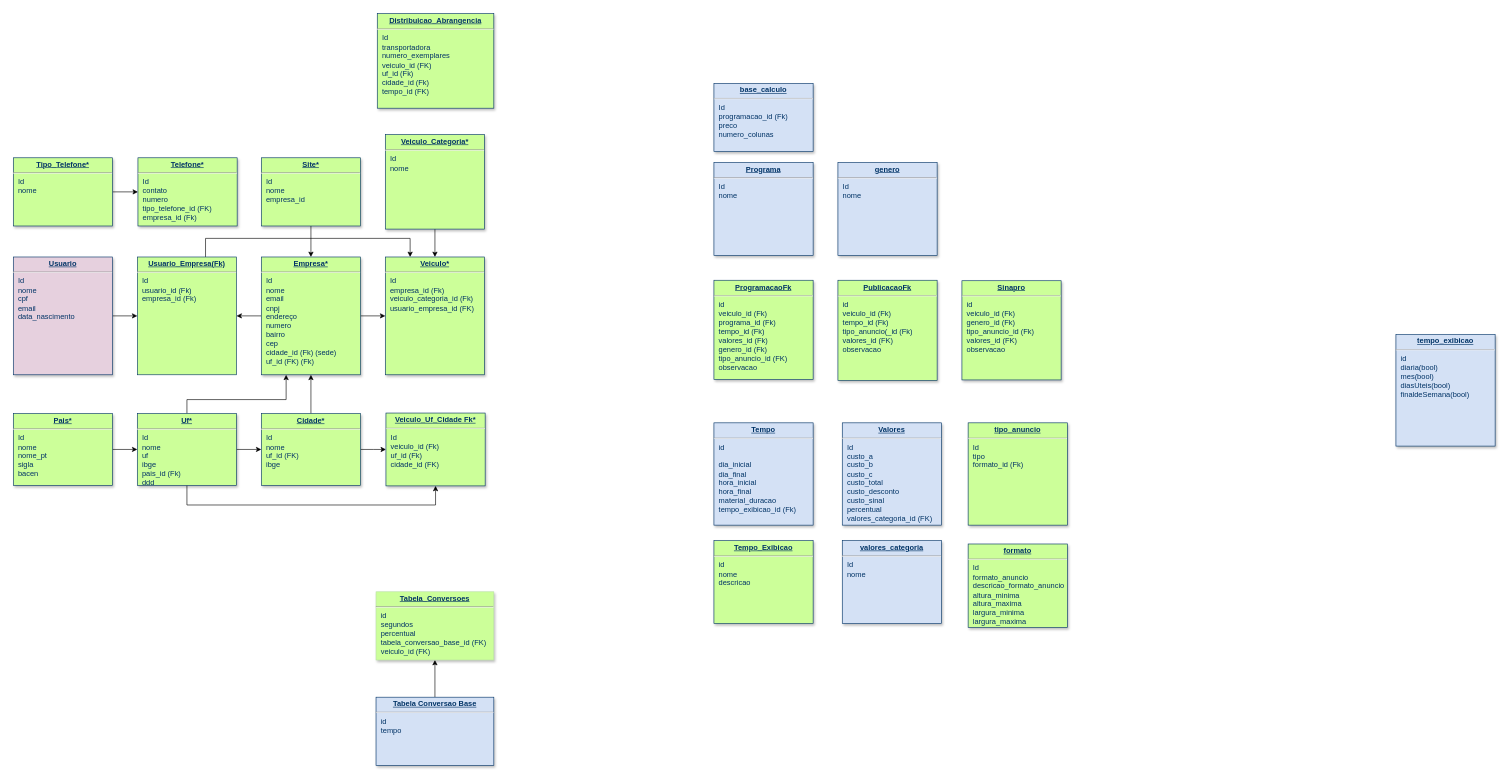
The draw.io diagram Diagrama padronizado.drawio in diogogui/pna, before the edit. Source tidied: cells renumbered, new cells numbered last; positions are measured from the earlier drawing's top-left corner, leaving out a move shared by most shapes. Both pictures are drawn from the tidied source at 62%, with x=0, y=0 at pixel (13, 14).
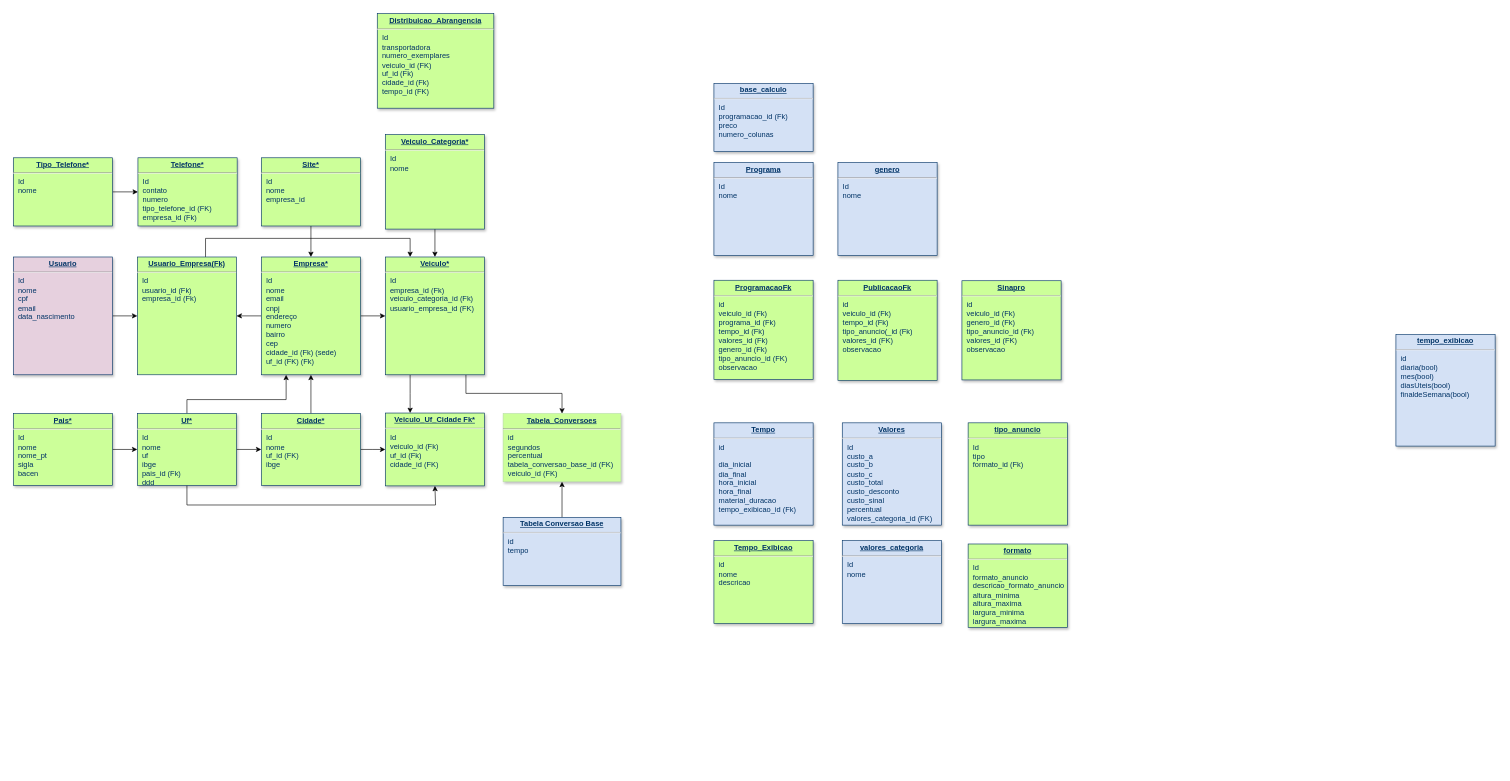
Above is the later version.

Unchanged cells that the change refers to:
```xml
<mxCell id="40" value="&lt;p style=&quot;margin: 0px ; margin-top: 4px ; text-align: center ; text-decoration: underline&quot;&gt;&lt;b&gt;Veiculo*&lt;/b&gt;&lt;/p&gt;&lt;hr&gt;&lt;p style=&quot;margin: 0px ; margin-left: 8px&quot;&gt;Id&lt;/p&gt;&lt;p style=&quot;margin: 0px ; margin-left: 8px&quot;&gt;empresa_id (Fk)&lt;/p&gt;&lt;p style=&quot;margin: 0px ; margin-left: 8px&quot;&gt;veiculo_categoria_id (Fk)&lt;/p&gt;&lt;p style=&quot;margin: 0px ; margin-left: 8px&quot;&gt;usuario_empresa_id (FK)&lt;/p&gt;&lt;p style=&quot;margin: 0px 0px 0px 8px&quot;&gt;&lt;br&gt;&lt;/p&gt;&lt;div&gt;&lt;br&gt;&lt;/div&gt;&lt;p style=&quot;margin: 0px ; margin-left: 8px&quot;&gt;&lt;br&gt;&lt;/p&gt;" style="verticalAlign=top;align=left;overflow=fill;fontSize=12;fontFamily=Helvetica;html=1;strokeColor=#003366;shadow=1;fillColor=#CCFF99;fontColor=#003366;" parent="1" vertex="1">
  <mxGeometry x="600" y="392" width="160" height="190" as="geometry" />
</mxCell>
```

The edit, as a diff of the source:
```diff
@@
     <mxCell id="23" value="&lt;p style=&quot;margin: 0px ; margin-top: 4px ; text-align: center ; text-decoration: underline&quot;&gt;&lt;b&gt;Tabela Conversao Base&lt;/b&gt;&lt;/p&gt;&lt;hr&gt;&lt;p style=&quot;margin: 0px ; margin-left: 8px&quot;&gt;id&lt;/p&gt;&lt;p style=&quot;margin: 0px ; margin-left: 8px&quot;&gt;tempo&lt;/p&gt;&lt;p style=&quot;margin: 0px ; margin-left: 8px&quot;&gt;&lt;br&gt;&lt;/p&gt;" style="verticalAlign=top;align=left;overflow=fill;fontSize=12;fontFamily=Helvetica;html=1;strokeColor=#003366;shadow=1;fillColor=#D4E1F5;fontColor=#003366;" parent="1" vertex="1">
-      <mxGeometry x="585" y="1102" width="190" height="110" as="geometry" />
+      <mxGeometry x="790" y="812" width="190" height="110" as="geometry" />
     </mxCell>
     <mxCell id="24" value="&lt;p style=&quot;margin: 0px ; margin-top: 4px ; text-align: center ; text-decoration: underline&quot;&gt;&lt;b&gt;Veiculo_Uf_Cidade Fk*&lt;/b&gt;&lt;/p&gt;&lt;hr&gt;&lt;p style=&quot;margin: 0px ; margin-left: 8px&quot;&gt;Id&lt;/p&gt;&lt;p style=&quot;margin: 0px ; margin-left: 8px&quot;&gt;veiculo_id (Fk)&lt;/p&gt;&lt;p style=&quot;margin: 0px ; margin-left: 8px&quot;&gt;uf_id (Fk)&lt;/p&gt;&lt;p style=&quot;margin: 0px ; margin-left: 8px&quot;&gt;cidade_id (FK)&lt;/p&gt;" style="verticalAlign=top;align=left;overflow=fill;fontSize=12;fontFamily=Helvetica;html=1;strokeColor=#003366;shadow=1;fillColor=#CCFF99;fontColor=#003366;" parent="1" vertex="1">
-      <mxGeometry x="601" y="643.7" width="160" height="117.5" as="geometry" />
+      <mxGeometry x="600" y="643.7" width="160" height="117.5" as="geometry" />
     </mxCell>
@@
+    <mxCell id="44" style="edgeStyle=orthogonalEdgeStyle;rounded=0;jettySize=auto;html=1;" parent="1" edge="1" source="40" target="24">
+      <mxGeometry relative="1" as="geometry">
+        <Array as="points">
+          <mxPoint x="640" y="612" />
+          <mxPoint x="640" y="612" />
+        </Array>
+      </mxGeometry>
+    </mxCell>
+    <mxCell id="45" style="edgeStyle=orthogonalEdgeStyle;rounded=0;jettySize=auto;html=1;entryX=0.5;entryY=0;entryDx=0;entryDy=0;" parent="1" edge="1" source="40" target="41">
+      <mxGeometry relative="1" as="geometry">
+        <Array as="points">
+          <mxPoint x="730" y="612" />
+          <mxPoint x="885" y="612" />
+        </Array>
+      </mxGeometry>
+    </mxCell>
@@
     <mxCell id="41" value="&lt;p style=&quot;margin: 0px ; margin-top: 4px ; text-align: center ; text-decoration: underline&quot;&gt;&lt;b&gt;Tabela_Conversoes&lt;/b&gt;&lt;/p&gt;&lt;hr&gt;&lt;p style=&quot;margin: 0px ; margin-left: 8px&quot;&gt;id&lt;/p&gt;&lt;p style=&quot;margin: 0px ; margin-left: 8px&quot;&gt;&lt;span&gt;segundos&lt;/span&gt;&lt;br&gt;&lt;/p&gt;&lt;p style=&quot;margin: 0px ; margin-left: 8px&quot;&gt;percentual&lt;/p&gt;&lt;p style=&quot;margin: 0px 0px 0px 8px&quot;&gt;tabela_conversao_base_id (FK)&lt;/p&gt;&lt;p style=&quot;margin: 0px ; margin-left: 8px&quot;&gt;veiculo_id (FK)&lt;/p&gt;" style="verticalAlign=top;align=left;overflow=fill;fontSize=12;fontFamily=Helvetica;html=1;strokeColor=#B9E0A5;shadow=1;fillColor=#CCFF99;fontColor=#003366;" parent="1" vertex="1">
-      <mxGeometry x="585" y="932" width="190" height="110" as="geometry" />
+      <mxGeometry x="790" y="644.5" width="190" height="110" as="geometry" />
     </mxCell>
```
